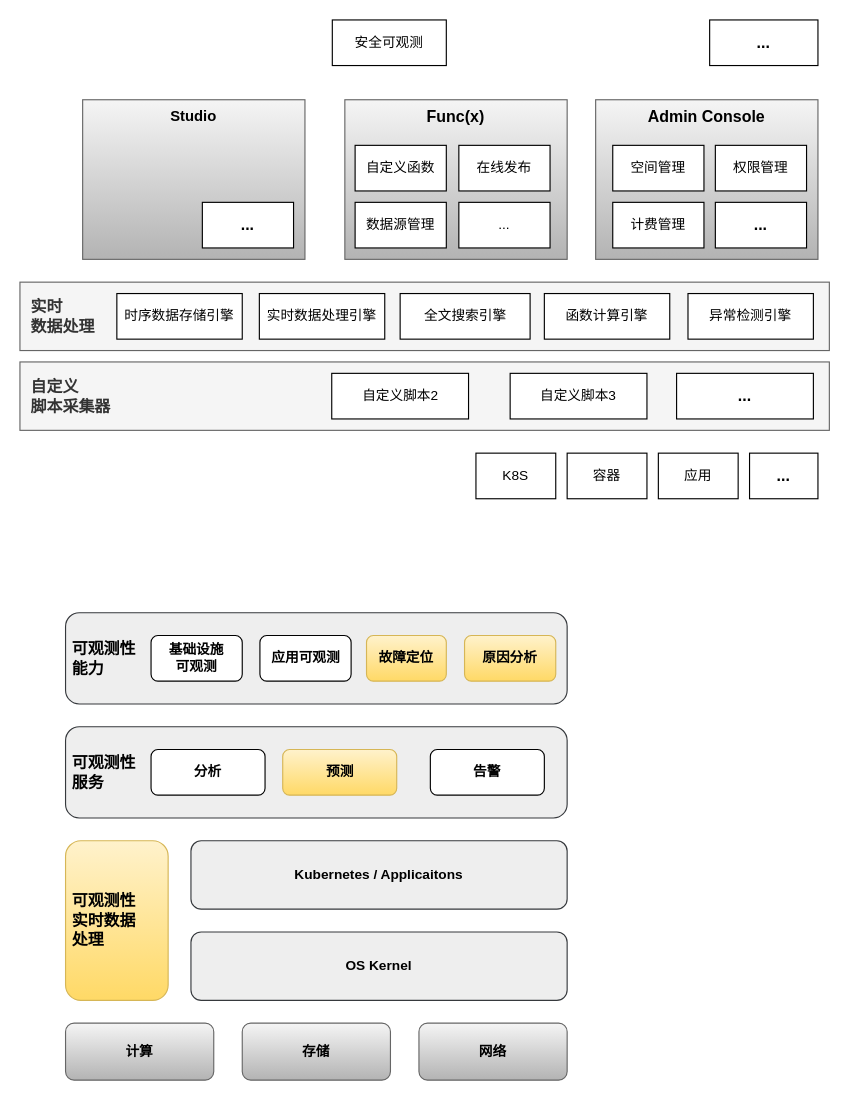
Before: page "总统框架2.0" (9 of 10) of shrine-doc/论文相关.drawio in easefulfil/CLOUDCARE, a draw.io diagram. Source tidied: cells renumbered, new cells numbered last; positions are measured from the earlier drawing's top-left corner, leaving out a move shared by most shapes. Both pictures are drawn from the tidied source at 114%, with x=0, y=0 at pixel (19, 19).
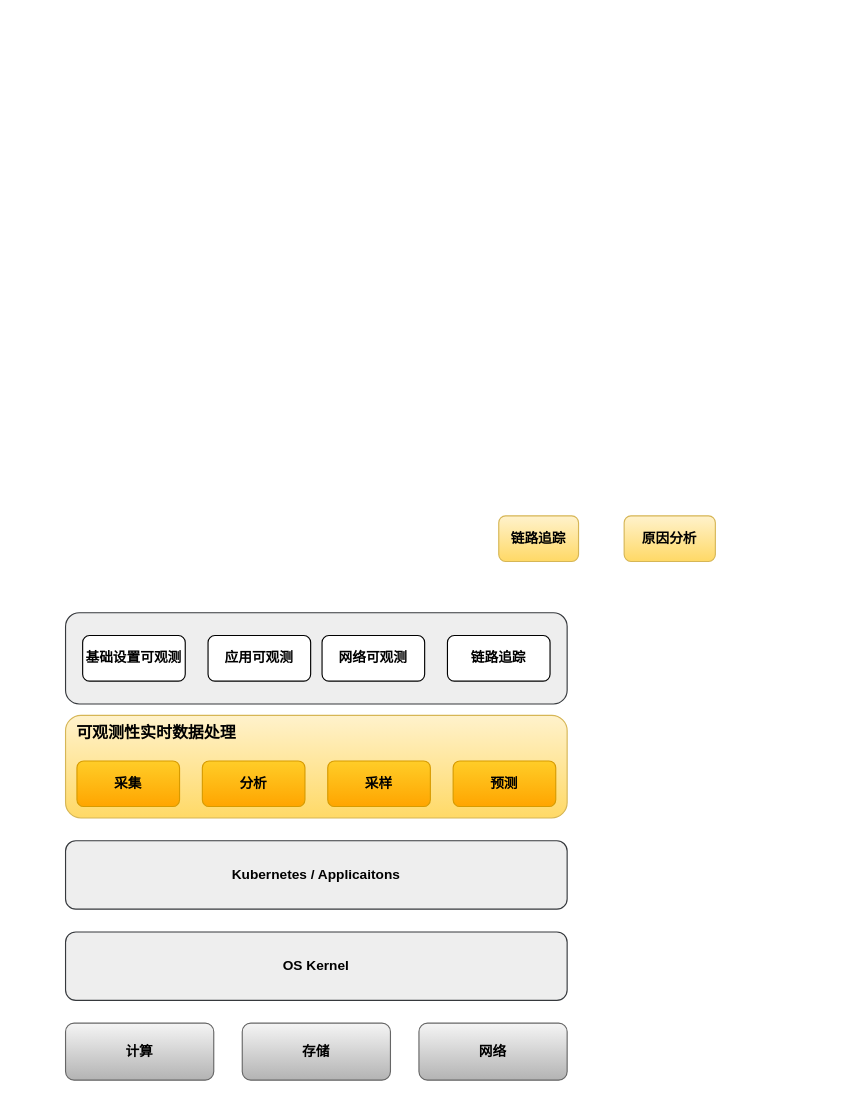
After the change.

What changed in the source:
```diff
@@
-    <mxCell id="2" value="&amp;nbsp;可观测性&lt;br&gt;&amp;nbsp;服务" style="rounded=1;whiteSpace=wrap;html=1;fillColor=#eeeeee;strokeColor=#36393d;align=left;fontStyle=1;fontSize=14;" parent="1" vertex="1">
-      <mxGeometry x="40" y="620" width="440" height="80" as="geometry" />
+    <mxCell id="2" value="&amp;nbsp; 可观测性实时数据处理" style="rounded=1;whiteSpace=wrap;html=1;fillColor=#fff2cc;strokeColor=#d6b656;align=left;fontStyle=1;fontSize=14;gradientColor=#ffd966;verticalAlign=top;" parent="1" vertex="1">
+      <mxGeometry x="40" y="610" width="440" height="90" as="geometry" />
     </mxCell>
-    <mxCell id="3" value="&lt;b&gt;&lt;font style=&quot;font-size: 13px;&quot;&gt;Studio&lt;/font&gt;&lt;/b&gt;" style="rounded=0;whiteSpace=wrap;html=1;verticalAlign=top;fillColor=#f5f5f5;strokeColor=#666666;gradientColor=#b3b3b3;" parent="1" vertex="1">
-      <mxGeometry x="55" y="70" width="195" height="140" as="geometry" />
-    </mxCell>
-    <mxCell id="4" value="&amp;nbsp; 实时&lt;br style=&quot;font-size: 14px;&quot;&gt;&amp;nbsp; 数据处理" style="rounded=0;whiteSpace=wrap;html=1;align=left;fontSize=14;fontStyle=1;fillColor=#f5f5f5;fontColor=#333333;strokeColor=#666666;" parent="1" vertex="1">
-      <mxGeometry y="230" width="710" height="60" as="geometry" />
-    </mxCell>
-    <mxCell id="5" value="时序数据存储引擎" style="rounded=0;whiteSpace=wrap;html=1;" parent="1" vertex="1">
-      <mxGeometry x="85" y="240" width="110" height="40" as="geometry" />
-    </mxCell>
-    <mxCell id="6" value="实时数据处理引擎" style="rounded=0;whiteSpace=wrap;html=1;" parent="1" vertex="1">
-      <mxGeometry x="210" y="240" width="110" height="40" as="geometry" />
-    </mxCell>
-    <mxCell id="7" value="异常检测引擎" style="rounded=0;whiteSpace=wrap;html=1;" parent="1" vertex="1">
-      <mxGeometry x="586" y="240" width="110" height="40" as="geometry" />
-    </mxCell>
-    <mxCell id="8" value="函数计算引擎" style="rounded=0;whiteSpace=wrap;html=1;" parent="1" vertex="1">
-      <mxGeometry x="460" y="240" width="110" height="40" as="geometry" />
-    </mxCell>
-    <mxCell id="9" value="&amp;nbsp;可观测性&lt;br&gt;&amp;nbsp;实时数据&lt;br&gt;&amp;nbsp;处理" style="rounded=1;whiteSpace=wrap;html=1;align=left;fontSize=14;fontStyle=1;fillColor=#fff2cc;strokeColor=#d6b656;gradientColor=#ffd966;" parent="1" vertex="1">
-      <mxGeometry x="40" y="720" width="90" height="140" as="geometry" />
-    </mxCell>
@@
-    <mxCell id="11" value="..." style="rounded=0;whiteSpace=wrap;html=1;fontSize=14;fontStyle=1;" parent="1" vertex="1">
-      <mxGeometry x="640" y="380" width="60" height="40" as="geometry" />
-    </mxCell>
-    <mxCell id="12" value="K8S" style="rounded=0;whiteSpace=wrap;html=1;" parent="1" vertex="1">
-      <mxGeometry x="400" y="380" width="70" height="40" as="geometry" />
-    </mxCell>
-    <mxCell id="13" value="应用" style="rounded=0;whiteSpace=wrap;html=1;" parent="1" vertex="1">
-      <mxGeometry x="560" y="380" width="70" height="40" as="geometry" />
-    </mxCell>
-    <mxCell id="14" value="容器" style="rounded=0;whiteSpace=wrap;html=1;" parent="1" vertex="1">
-      <mxGeometry x="480" y="380" width="70" height="40" as="geometry" />
-    </mxCell>
@@
     <mxCell id="17" value="OS Kernel" style="rounded=1;whiteSpace=wrap;html=1;fillColor=#eeeeee;strokeColor=#36393d;fontStyle=1;" parent="1" vertex="1">
-      <mxGeometry x="150" y="800" width="330" height="60" as="geometry" />
+      <mxGeometry x="40" y="800" width="440" height="60" as="geometry" />
     </mxCell>
-    <mxCell id="18" value="&amp;nbsp; 自定义&lt;br style=&quot;font-size: 14px;&quot;&gt;&amp;nbsp; 脚本采集器" style="rounded=0;whiteSpace=wrap;html=1;align=left;fontSize=14;fontStyle=1;fillColor=#f5f5f5;fontColor=#333333;strokeColor=#666666;" parent="1" vertex="1">
-      <mxGeometry y="300" width="710" height="60" as="geometry" />
-    </mxCell>
     <mxCell id="19" value="Kubernetes / Applicaitons" style="rounded=1;whiteSpace=wrap;html=1;fillColor=#eeeeee;strokeColor=#36393d;fontStyle=1;" parent="1" vertex="1">
-      <mxGeometry x="150" y="720" width="330" height="60" as="geometry" />
+      <mxGeometry x="40" y="720" width="440" height="60" as="geometry" />
     </mxCell>
-    <mxCell id="20" value="自定义脚本2" style="rounded=0;whiteSpace=wrap;html=1;" parent="1" vertex="1">
-      <mxGeometry x="273.5" y="310" width="120" height="40" as="geometry" />
-    </mxCell>
-    <mxCell id="21" value="自定义脚本3" style="rounded=0;whiteSpace=wrap;html=1;" parent="1" vertex="1">
-      <mxGeometry x="430" y="310" width="120" height="40" as="geometry" />
-    </mxCell>
-    <mxCell id="22" value="..." style="rounded=0;whiteSpace=wrap;html=1;fontSize=14;fontStyle=1;" parent="1" vertex="1">
-      <mxGeometry x="576" y="310" width="120" height="40" as="geometry" />
-    </mxCell>
-    <mxCell id="23" value="&lt;b&gt;&lt;font style=&quot;font-size: 14px;&quot;&gt;Func(x)&lt;/font&gt;&lt;/b&gt;" style="rounded=0;whiteSpace=wrap;html=1;verticalAlign=top;fillColor=#f5f5f5;strokeColor=#666666;gradientColor=#b3b3b3;" parent="1" vertex="1">
-      <mxGeometry x="285" y="70" width="195" height="140" as="geometry" />
-    </mxCell>
-    <mxCell id="24" value="Admin Console" style="rounded=0;whiteSpace=wrap;html=1;verticalAlign=top;fillColor=#f5f5f5;strokeColor=#666666;fontStyle=1;fontSize=14;gradientColor=#b3b3b3;" parent="1" vertex="1">
-      <mxGeometry x="505" y="70" width="195" height="140" as="geometry" />
-    </mxCell>
-    <mxCell id="25" value="&amp;nbsp;可观测性&lt;br&gt;&amp;nbsp;能力" style="rounded=1;whiteSpace=wrap;html=1;fillColor=#eeeeee;strokeColor=#36393d;align=left;fontStyle=1;fontSize=14;" parent="1" vertex="1">
+    <mxCell id="25" style="rounded=1;whiteSpace=wrap;html=1;fillColor=#eeeeee;strokeColor=#36393d;align=left;fontStyle=1;fontSize=14;verticalAlign=top;" parent="1" vertex="1">
       <mxGeometry x="40" y="520" width="440" height="80" as="geometry" />
     </mxCell>
-    <mxCell id="26" value="基础设施&lt;br&gt;可观测" style="rounded=1;whiteSpace=wrap;html=1;fontStyle=1;" parent="1" vertex="1">
-      <mxGeometry x="115" y="540" width="80" height="40" as="geometry" />
+    <mxCell id="26" value="基础设置可观测" style="rounded=1;whiteSpace=wrap;html=1;fontStyle=1;" parent="1" vertex="1">
+      <mxGeometry x="55" y="540" width="90" height="40" as="geometry" />
     </mxCell>
     <mxCell id="27" value="应用可观测" style="rounded=1;whiteSpace=wrap;html=1;fontStyle=1;" parent="1" vertex="1">
-      <mxGeometry x="210.5" y="540" width="80" height="40" as="geometry" />
+      <mxGeometry x="165" y="540" width="90" height="40" as="geometry" />
     </mxCell>
-    <mxCell id="28" value="安全可观测" style="rounded=0;whiteSpace=wrap;html=1;" parent="1" vertex="1">
-      <mxGeometry x="274" width="100" height="40" as="geometry" />
-    </mxCell>
-    <mxCell id="29" style="edgeStyle=elbowEdgeStyle;rounded=1;jumpStyle=arc;jettySize=auto;elbow=vertical;html=1;strokeWidth=2;fontSize=14;" parent="1" edge="1" source="30" target="25">
-      <mxGeometry relative="1" as="geometry" />
-    </mxCell>
     <mxCell id="30" value="原因分析" style="rounded=1;whiteSpace=wrap;html=1;fillColor=#fff2cc;gradientColor=#ffd966;strokeColor=#d6b656;fontStyle=1;" parent="1" vertex="1">
-      <mxGeometry x="390" y="540" width="80" height="40" as="geometry" />
+      <mxGeometry x="530" y="435" width="80" height="40" as="geometry" />
     </mxCell>
-    <mxCell id="31" value="故障定位" style="rounded=1;whiteSpace=wrap;html=1;fillColor=#fff2cc;gradientColor=#ffd966;strokeColor=#d6b656;fontStyle=1;" parent="1" vertex="1">
-      <mxGeometry x="304" y="540" width="70" height="40" as="geometry" />
+    <mxCell id="31" value="链路追踪" style="rounded=1;whiteSpace=wrap;html=1;fillColor=#fff2cc;gradientColor=#ffd966;strokeColor=#d6b656;fontStyle=1;" parent="1" vertex="1">
+      <mxGeometry x="420" y="435" width="70" height="40" as="geometry" />
     </mxCell>
-    <mxCell id="32" value="分析" style="rounded=1;whiteSpace=wrap;html=1;fontStyle=1;" parent="1" vertex="1">
-      <mxGeometry x="115" y="640" width="100" height="40" as="geometry" />
+    <mxCell id="32" value="分析" style="rounded=1;whiteSpace=wrap;html=1;fontStyle=1;fillColor=#ffcd28;gradientColor=#ffa500;strokeColor=#d79b00;" parent="1" vertex="1">
+      <mxGeometry x="160" y="650" width="90" height="40" as="geometry" />
     </mxCell>
-    <mxCell id="33" value="告警" style="rounded=1;whiteSpace=wrap;html=1;fontStyle=1;" parent="1" vertex="1">
-      <mxGeometry x="360" y="640" width="100" height="40" as="geometry" />
+    <mxCell id="33" value="预测" style="rounded=1;whiteSpace=wrap;html=1;fontStyle=1;fillColor=#ffcd28;gradientColor=#ffa500;strokeColor=#d79b00;" parent="1" vertex="1">
+      <mxGeometry x="380" y="650" width="90" height="40" as="geometry" />
     </mxCell>
-    <mxCell id="34" value="预测" style="rounded=1;whiteSpace=wrap;html=1;fillColor=#fff2cc;gradientColor=#ffd966;strokeColor=#d6b656;fontStyle=1;" parent="1" vertex="1">
-      <mxGeometry x="230.5" y="640" width="100" height="40" as="geometry" />
+    <mxCell id="34" value="采样" style="rounded=1;whiteSpace=wrap;html=1;fontStyle=1;fillColor=#ffcd28;gradientColor=#ffa500;strokeColor=#d79b00;" parent="1" vertex="1">
+      <mxGeometry x="270" y="650" width="90" height="40" as="geometry" />
     </mxCell>
-    <mxCell id="35" value="..." style="rounded=0;whiteSpace=wrap;html=1;fontSize=14;fontStyle=1;" parent="1" vertex="1">
-      <mxGeometry x="160" y="160" width="80" height="40" as="geometry" />
-    </mxCell>
-    <mxCell id="36" value="自定义函数" style="rounded=0;whiteSpace=wrap;html=1;" parent="1" vertex="1">
-      <mxGeometry x="294" y="110" width="80" height="40" as="geometry" />
-    </mxCell>
-    <mxCell id="37" value="在线发布" style="rounded=0;whiteSpace=wrap;html=1;" parent="1" vertex="1">
-      <mxGeometry x="385" y="110" width="80" height="40" as="geometry" />
-    </mxCell>
-    <mxCell id="38" value="数据源管理" style="rounded=0;whiteSpace=wrap;html=1;" parent="1" vertex="1">
-      <mxGeometry x="294" y="160" width="80" height="40" as="geometry" />
-    </mxCell>
-    <mxCell id="39" value="空间管理" style="rounded=0;whiteSpace=wrap;html=1;" parent="1" vertex="1">
-      <mxGeometry x="520" y="110" width="80" height="40" as="geometry" />
-    </mxCell>
-    <mxCell id="40" value="权限管理" style="rounded=0;whiteSpace=wrap;html=1;" parent="1" vertex="1">
-      <mxGeometry x="610" y="110" width="80" height="40" as="geometry" />
-    </mxCell>
-    <mxCell id="41" value="计费管理" style="rounded=0;whiteSpace=wrap;html=1;" parent="1" vertex="1">
-      <mxGeometry x="520" y="160" width="80" height="40" as="geometry" />
-    </mxCell>
-    <mxCell id="42" value="..." style="rounded=0;whiteSpace=wrap;html=1;fontSize=14;fontStyle=1;" parent="1" vertex="1">
-      <mxGeometry x="610" y="160" width="80" height="40" as="geometry" />
-    </mxCell>
-    <mxCell id="43" value="..." style="rounded=0;whiteSpace=wrap;html=1;" parent="1" vertex="1">
-      <mxGeometry x="385" y="160" width="80" height="40" as="geometry" />
-    </mxCell>
-    <mxCell id="44" value="全文搜索引擎" style="rounded=0;whiteSpace=wrap;html=1;" parent="1" vertex="1">
-      <mxGeometry x="333.5" y="240" width="114" height="40" as="geometry" />
-    </mxCell>
-    <mxCell id="45" value="&lt;font style=&quot;font-size: 14px;&quot;&gt;...&lt;/font&gt;" style="rounded=0;whiteSpace=wrap;html=1;fontSize=14;fontStyle=1;" parent="1" vertex="1">
-      <mxGeometry x="605" width="95" height="40" as="geometry" />
-    </mxCell>
+    <mxCell id="46" value="采集" style="rounded=1;whiteSpace=wrap;html=1;fontStyle=1;fillColor=#ffcd28;gradientColor=#ffa500;strokeColor=#d79b00;" parent="1" vertex="1">
+      <mxGeometry x="50" y="650" width="90" height="40" as="geometry" />
+    </mxCell>
+    <mxCell id="47" value="网络可观测" style="rounded=1;whiteSpace=wrap;html=1;fontStyle=1;" parent="1" vertex="1">
+      <mxGeometry x="265" y="540" width="90" height="40" as="geometry" />
+    </mxCell>
+    <mxCell id="48" value="链路追踪" style="rounded=1;whiteSpace=wrap;html=1;fontStyle=1;" parent="1" vertex="1">
+      <mxGeometry x="375" y="540" width="90" height="40" as="geometry" />
+    </mxCell>
```
